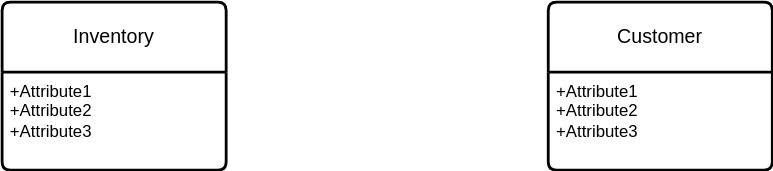
This is Classes + Uni/PDS/Homeworks/Homework 1/Drawings/P2Sa.drawio.svg from ivanearisty/obsidian, a draw.io export, as it was before one commit. Source tidied: cells renumbered, new cells last; positions are measured from the earlier drawing's top-left corner, leaving out a move shared by most shapes. Source of this version:
```xml
<mxGraphModel>
  <root>
    <mxCell id="0" />
    <mxCell id="1" parent="0" />
    <mxCell id="2" value="Customer" style="swimlane;horizontal=1;startSize=50;rounded=1;fontSize=14;fontStyle=0;strokeWidth=2;shadow=0;dashed=0;align=center;arcSize=4;whiteSpace=wrap;html=1;" parent="1" vertex="1">
      <mxGeometry x="390" width="160" height="120" as="geometry" />
    </mxCell>
    <mxCell id="3" value="+Attribute1&#10;+Attribute2&#10;+Attribute3" style="align=left;strokeColor=none;fillColor=none;spacingLeft=4;fontSize=12;verticalAlign=top;html=1;" parent="2" vertex="1">
      <mxGeometry y="50" width="160" height="70" as="geometry" />
    </mxCell>
    <mxCell id="4" value="Inventory" style="swimlane;horizontal=1;startSize=50;rounded=1;fontSize=14;fontStyle=0;strokeWidth=2;shadow=0;dashed=0;align=center;arcSize=4;whiteSpace=wrap;html=1;" parent="1" vertex="1">
      <mxGeometry width="160" height="120" as="geometry" />
    </mxCell>
    <mxCell id="5" value="+Attribute1&#10;+Attribute2&#10;+Attribute3" style="align=left;strokeColor=none;fillColor=none;spacingLeft=4;fontSize=12;verticalAlign=top;html=1;" parent="4" vertex="1">
      <mxGeometry y="50" width="160" height="70" as="geometry" />
    </mxCell>
  </root>
</mxGraphModel>
```
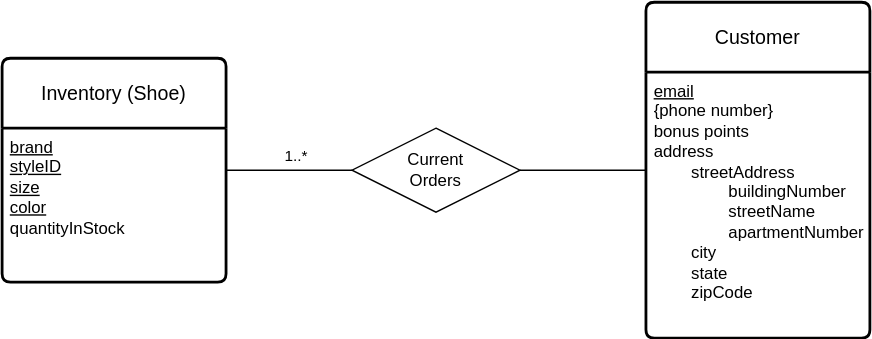
The same diagram one commit later.

The edit, as a diff of the source:
```diff
@@ -2,17 +2,26 @@
   <root>
     <mxCell id="0" />
     <mxCell id="1" parent="0" />
+    <mxCell id="6" style="edgeStyle=orthogonalEdgeStyle;rounded=0;jettySize=auto;html=1;endArrow=none;endFill=0;" parent="1" edge="1" source="2" target="8">
+      <mxGeometry relative="1" as="geometry" />
+    </mxCell>
     <mxCell id="2" value="Customer" style="swimlane;horizontal=1;startSize=50;rounded=1;fontSize=14;fontStyle=0;strokeWidth=2;shadow=0;dashed=0;align=center;arcSize=4;whiteSpace=wrap;html=1;" parent="1" vertex="1">
-      <mxGeometry x="390" width="160" height="120" as="geometry" />
+      <mxGeometry x="460" y="-30" width="160" height="240" as="geometry" />
     </mxCell>
-    <mxCell id="3" value="+Attribute1&#10;+Attribute2&#10;+Attribute3" style="align=left;strokeColor=none;fillColor=none;spacingLeft=4;fontSize=12;verticalAlign=top;html=1;" parent="2" vertex="1">
-      <mxGeometry y="50" width="160" height="70" as="geometry" />
+    <mxCell id="3" value="&lt;u&gt;email&lt;/u&gt;&lt;div&gt;{phone number}&lt;/div&gt;&lt;div&gt;bonus points&lt;/div&gt;&lt;div&gt;address&lt;/div&gt;&lt;div&gt;&lt;span style=&quot;white-space: pre;&quot;&gt;&#9;&lt;/span&gt;streetAddress&lt;br&gt;&lt;/div&gt;&lt;div&gt;&lt;span style=&quot;white-space: pre;&quot;&gt;&#9;&lt;/span&gt;&lt;span style=&quot;white-space: pre;&quot;&gt;&#9;&lt;/span&gt;buildingNumber&amp;nbsp;&lt;br&gt;&lt;/div&gt;&lt;div&gt;&lt;span style=&quot;white-space: pre;&quot;&gt;&#9;&lt;/span&gt;&lt;span style=&quot;white-space: pre;&quot;&gt;&#9;&lt;/span&gt;streetName&lt;br&gt;&lt;/div&gt;&lt;div&gt;&lt;span style=&quot;white-space: pre;&quot;&gt;&#9;&lt;/span&gt;&lt;span style=&quot;white-space: pre;&quot;&gt;&#9;&lt;/span&gt;apartmentNumber&lt;br&gt;&lt;/div&gt;&lt;div&gt;&lt;span style=&quot;white-space: pre;&quot;&gt;&#9;&lt;/span&gt;city&lt;br&gt;&lt;/div&gt;&lt;div&gt;&lt;span style=&quot;white-space: pre;&quot;&gt;&#9;&lt;/span&gt;state&lt;br&gt;&lt;/div&gt;&lt;div&gt;&lt;span style=&quot;white-space: pre;&quot;&gt;&#9;&lt;/span&gt;zipCode&lt;br&gt;&lt;/div&gt;" style="align=left;strokeColor=none;fillColor=none;spacingLeft=4;fontSize=12;verticalAlign=top;html=1;" parent="2" vertex="1">
+      <mxGeometry y="50" width="160" height="190" as="geometry" />
     </mxCell>
+    <mxCell id="7" value="1..*" style="edgeStyle=orthogonalEdgeStyle;rounded=0;jettySize=auto;html=1;endArrow=none;endFill=0;" parent="1" edge="1" source="4" target="8">
+      <mxGeometry x="0.11" y="10" relative="1" as="geometry" />
+    </mxCell>
-    <mxCell id="4" value="Inventory" style="swimlane;horizontal=1;startSize=50;rounded=1;fontSize=14;fontStyle=0;strokeWidth=2;shadow=0;dashed=0;align=center;arcSize=4;whiteSpace=wrap;html=1;" parent="1" vertex="1">
-      <mxGeometry width="160" height="120" as="geometry" />
+    <mxCell id="4" value="Inventory (Shoe)" style="swimlane;horizontal=1;startSize=50;rounded=1;fontSize=14;fontStyle=0;strokeWidth=2;shadow=0;dashed=0;align=center;arcSize=4;whiteSpace=wrap;html=1;" parent="1" vertex="1">
+      <mxGeometry y="10" width="160" height="160" as="geometry" />
     </mxCell>
-    <mxCell id="5" value="+Attribute1&#10;+Attribute2&#10;+Attribute3" style="align=left;strokeColor=none;fillColor=none;spacingLeft=4;fontSize=12;verticalAlign=top;html=1;" parent="4" vertex="1">
-      <mxGeometry y="50" width="160" height="70" as="geometry" />
+    <mxCell id="5" value="&lt;u&gt;brand&lt;/u&gt;&lt;div&gt;&lt;u&gt;styleID&lt;/u&gt;&lt;/div&gt;&lt;div&gt;&lt;u&gt;size&lt;/u&gt;&lt;/div&gt;&lt;div&gt;&lt;u&gt;color&lt;/u&gt;&lt;/div&gt;&lt;div&gt;quantityInStock&lt;/div&gt;" style="align=left;strokeColor=none;fillColor=none;spacingLeft=4;fontSize=12;verticalAlign=top;html=1;" parent="4" vertex="1">
+      <mxGeometry y="50" width="160" height="110" as="geometry" />
     </mxCell>
+    <mxCell id="8" value="Current&lt;div&gt;Orders&lt;/div&gt;" style="shape=rhombus;perimeter=rhombusPerimeter;whiteSpace=wrap;html=1;align=center;" parent="1" vertex="1">
+      <mxGeometry x="250" y="60" width="120" height="60" as="geometry" />
+    </mxCell>
   </root>
 </mxGraphModel>
```
